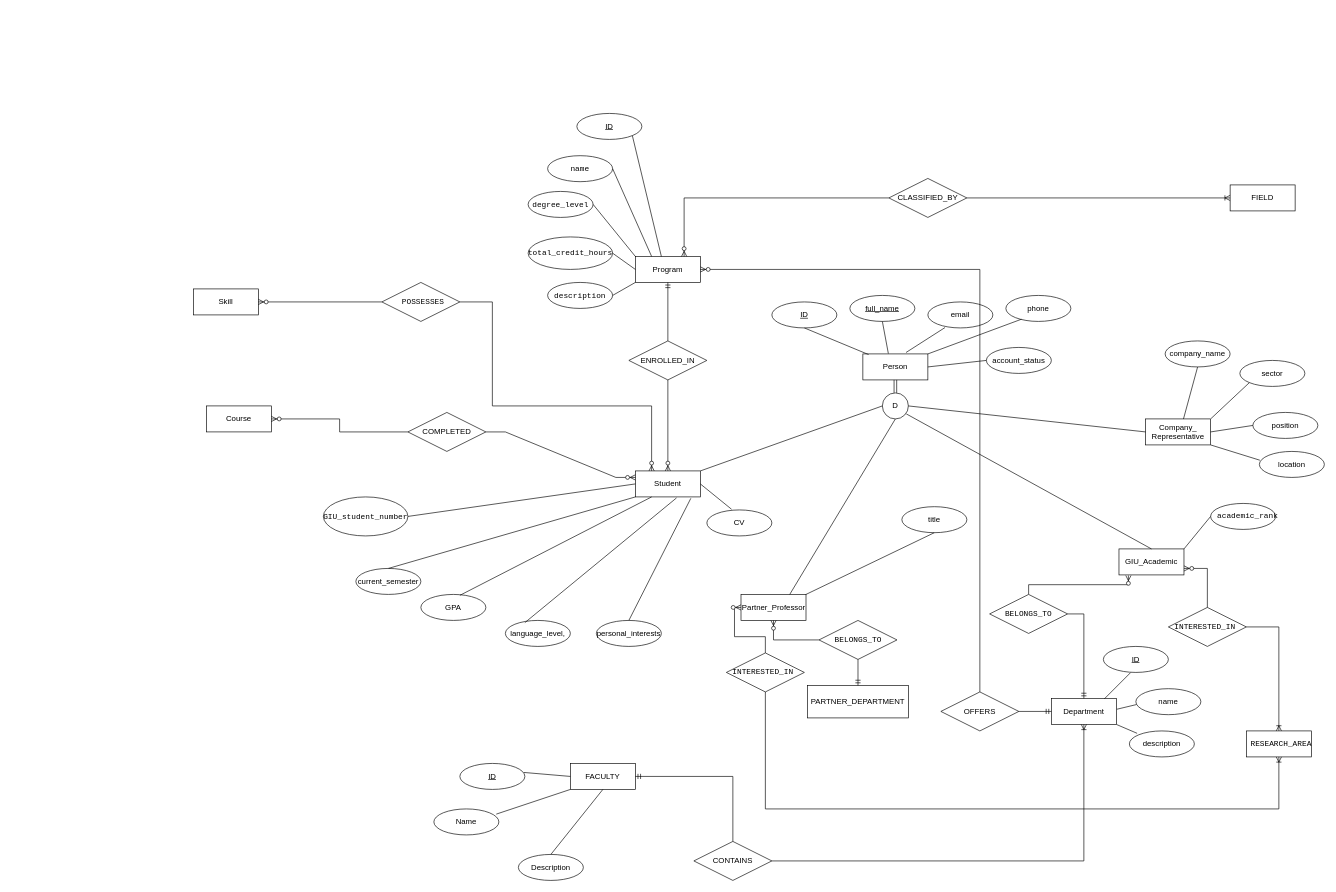
Above: 01_People_Academic.drawio in kniveexe/giu-germany-connect (draw.io), before the change. Source tidied: cells renumbered, new cells numbered last; positions are measured from the earlier drawing's top-left corner, leaving out a move shared by most shapes. Both pictures are drawn from the tidied source at 65%, with x=0, y=0 at pixel (193, 113).
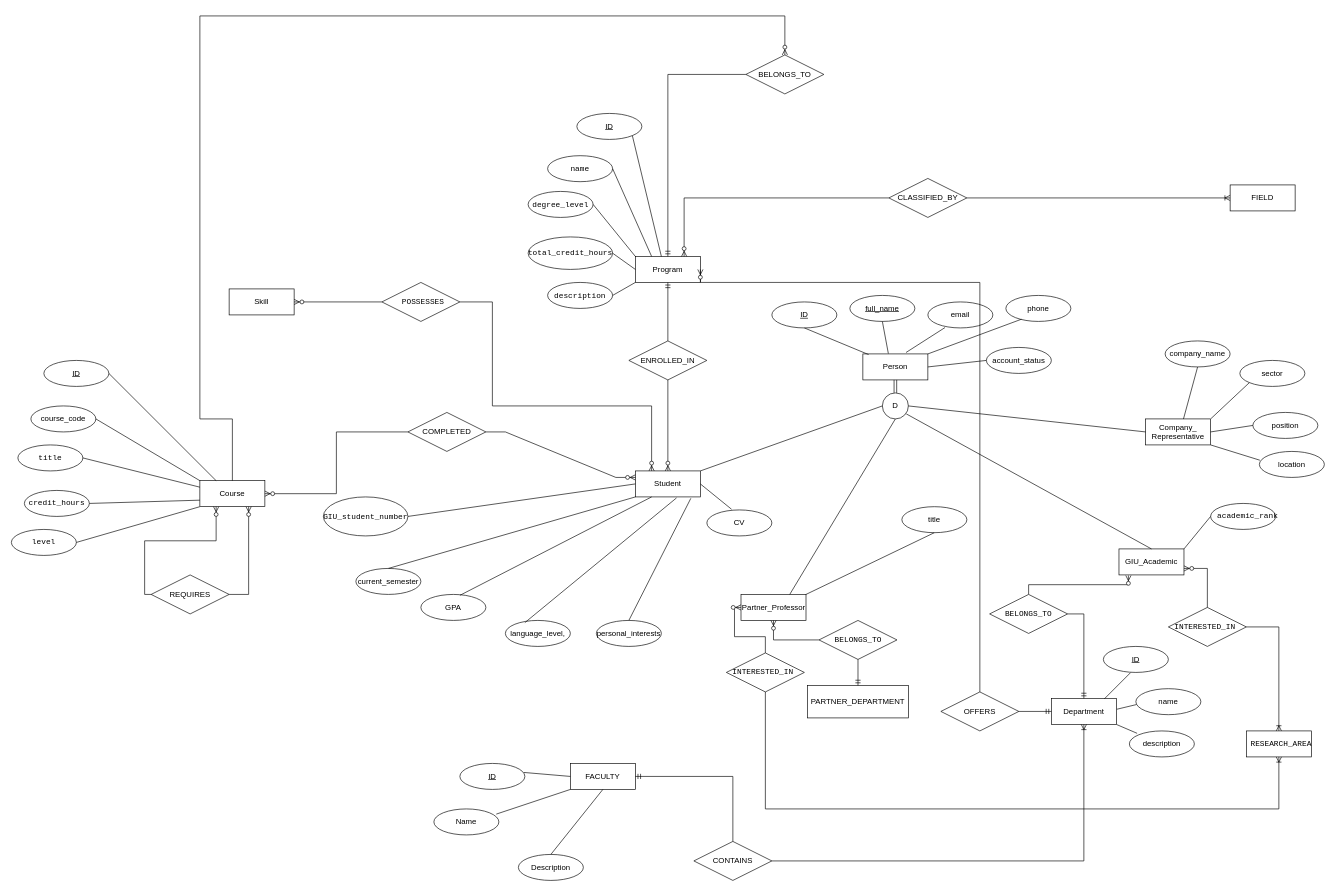
Above is the later version.

The change refers to these unchanged cells:
```xml
<mxCell id="33" value="Program" style="whiteSpace=wrap;html=1;align=center;" parent="1" vertex="1">
  <mxGeometry x="680" y="220" width="100" height="40" as="geometry" />
</mxCell>
<mxCell id="88" value="OFFERS" style="shape=rhombus;perimeter=rhombusPerimeter;whiteSpace=wrap;html=1;align=center;" parent="1" vertex="1">
  <mxGeometry x="1150" y="890" width="120" height="60" as="geometry" />
</mxCell>
```

The edit, as a diff of the source:
```diff
@@
     <mxCell id="34" value="Course" style="whiteSpace=wrap;html=1;align=center;" parent="1" vertex="1">
-      <mxGeometry x="20" y="450" width="100" height="40" as="geometry" />
+      <mxGeometry x="10" y="565" width="100" height="40" as="geometry" />
     </mxCell>
     <mxCell id="35" value="Skill" style="whiteSpace=wrap;html=1;align=center;" parent="1" vertex="1">
-      <mxGeometry y="270" width="100" height="40" as="geometry" />
+      <mxGeometry x="55" y="270" width="100" height="40" as="geometry" />
     </mxCell>
@@
     <mxCell id="90" style="edgeStyle=orthogonalEdgeStyle;fontSize=12;html=1;endArrow=ERzeroToMany;endFill=1;rounded=0;entryX=1;entryY=0.5;entryDx=0;entryDy=0;exitX=0.5;exitY=0;exitDx=0;exitDy=0;" parent="1" edge="1" source="88" target="33">
-      <mxGeometry relative="1" as="geometry" />
+      <mxGeometry relative="1" as="geometry">
+        <Array as="points">
+          <mxPoint x="1210" y="260" />
+          <mxPoint x="780" y="260" />
+        </Array>
+      </mxGeometry>
     </mxCell>
@@
+    <mxCell id="108" value="BELONGS_TO" style="shape=rhombus;perimeter=rhombusPerimeter;whiteSpace=wrap;html=1;align=center;" parent="1" vertex="1">
+      <mxGeometry x="850" y="-90" width="120" height="60" as="geometry" />
+    </mxCell>
+    <mxCell id="109" style="fontSize=12;html=1;endArrow=ERmandOne;rounded=0;entryX=0.5;entryY=0;entryDx=0;entryDy=0;exitX=0;exitY=0.5;exitDx=0;exitDy=0;edgeStyle=orthogonalEdgeStyle;" parent="1" edge="1" source="108" target="33">
+      <mxGeometry relative="1" as="geometry" />
+    </mxCell>
+    <mxCell id="110" style="fontSize=12;html=1;endArrow=ERzeroToMany;endFill=1;rounded=0;exitX=0.5;exitY=0;exitDx=0;exitDy=0;entryX=0.5;entryY=0;entryDx=0;entryDy=0;edgeStyle=orthogonalEdgeStyle;" parent="1" edge="1" source="34" target="108">
+      <mxGeometry x="0.02" relative="1" as="geometry">
+        <Array as="points">
+          <mxPoint x="60" y="470" />
+          <mxPoint x="10" y="470" />
+          <mxPoint x="10" y="-150" />
+          <mxPoint x="910" y="-150" />
+        </Array>
+      </mxGeometry>
+    </mxCell>
+    <mxCell id="111" value="REQUIRES" style="shape=rhombus;perimeter=rhombusPerimeter;whiteSpace=wrap;html=1;align=center;" parent="1" vertex="1">
+      <mxGeometry x="-65" y="710" width="120" height="60" as="geometry" />
+    </mxCell>
+    <mxCell id="112" style="fontSize=12;html=1;endArrow=ERzeroToMany;endFill=1;rounded=0;exitX=1;exitY=0.5;exitDx=0;exitDy=0;entryX=0.75;entryY=1;entryDx=0;entryDy=0;edgeStyle=orthogonalEdgeStyle;" parent="1" edge="1" source="111" target="34">
+      <mxGeometry relative="1" as="geometry" />
+    </mxCell>
+    <mxCell id="113" style="fontSize=12;html=1;endArrow=ERzeroToMany;endFill=1;rounded=0;exitX=0;exitY=0.5;exitDx=0;exitDy=0;entryX=0.25;entryY=1;entryDx=0;entryDy=0;edgeStyle=orthogonalEdgeStyle;" parent="1" edge="1" source="111" target="34">
+      <mxGeometry x="-0.01" relative="1" as="geometry" />
+    </mxCell>
+    <mxCell id="114" value="ID" style="ellipse;whiteSpace=wrap;html=1;align=center;fontStyle=4;" parent="1" vertex="1">
+      <mxGeometry x="-230" y="380" width="100" height="40" as="geometry" />
+    </mxCell>
+    <mxCell id="115" value="course_code" style="ellipse;whiteSpace=wrap;html=1;align=center;" parent="1" vertex="1">
+      <mxGeometry x="-250" y="450" width="100" height="40" as="geometry" />
+    </mxCell>
+    <mxCell id="116" value="&lt;pre dir=&quot;ltr&quot;&gt;&lt;code&gt;title&lt;/code&gt;&lt;/pre&gt;" style="ellipse;whiteSpace=wrap;html=1;align=center;" parent="1" vertex="1">
+      <mxGeometry x="-270" y="510" width="100" height="40" as="geometry" />
+    </mxCell>
+    <mxCell id="117" value="&lt;pre dir=&quot;ltr&quot;&gt;&lt;code&gt;credit_hours&lt;/code&gt;&lt;/pre&gt;" style="ellipse;whiteSpace=wrap;html=1;align=center;" parent="1" vertex="1">
+      <mxGeometry x="-260" y="580" width="100" height="40" as="geometry" />
+    </mxCell>
+    <mxCell id="118" value="&lt;pre dir=&quot;ltr&quot;&gt;&lt;code&gt;level&lt;/code&gt;&lt;/pre&gt;" style="ellipse;whiteSpace=wrap;html=1;align=center;" parent="1" vertex="1">
+      <mxGeometry x="-280" y="640" width="100" height="40" as="geometry" />
+    </mxCell>
+    <mxCell id="119" style="endArrow=none;html=1;rounded=0;entryX=0.25;entryY=0;entryDx=0;entryDy=0;exitX=1;exitY=0.5;exitDx=0;exitDy=0;" parent="1" edge="1" source="114" target="34">
+      <mxGeometry relative="1" as="geometry" />
+    </mxCell>
+    <mxCell id="120" style="endArrow=none;html=1;rounded=0;entryX=0;entryY=0;entryDx=0;entryDy=0;exitX=1;exitY=0.5;exitDx=0;exitDy=0;" parent="1" edge="1" source="115" target="34">
+      <mxGeometry relative="1" as="geometry" />
+    </mxCell>
+    <mxCell id="121" style="endArrow=none;html=1;rounded=0;entryX=0;entryY=0.25;entryDx=0;entryDy=0;exitX=1;exitY=0.5;exitDx=0;exitDy=0;" parent="1" edge="1" source="116" target="34">
+      <mxGeometry relative="1" as="geometry" />
+    </mxCell>
+    <mxCell id="122" style="endArrow=none;html=1;rounded=0;entryX=0;entryY=0.75;entryDx=0;entryDy=0;exitX=1;exitY=0.5;exitDx=0;exitDy=0;" parent="1" edge="1" source="117" target="34">
+      <mxGeometry relative="1" as="geometry" />
+    </mxCell>
+    <mxCell id="123" style="endArrow=none;html=1;rounded=0;entryX=0;entryY=1;entryDx=0;entryDy=0;exitX=1;exitY=0.5;exitDx=0;exitDy=0;" parent="1" edge="1" source="118" target="34">
+      <mxGeometry relative="1" as="geometry" />
+    </mxCell>
```
